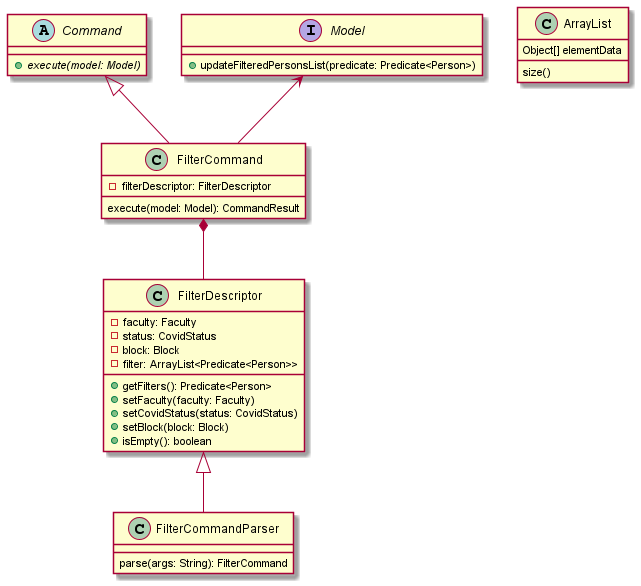
nus-cs2103-AY2122S2/tp keeps this PlantUML diagram as docs/images/FilterFeatureClassDiagram.png. Above is the earlier version.
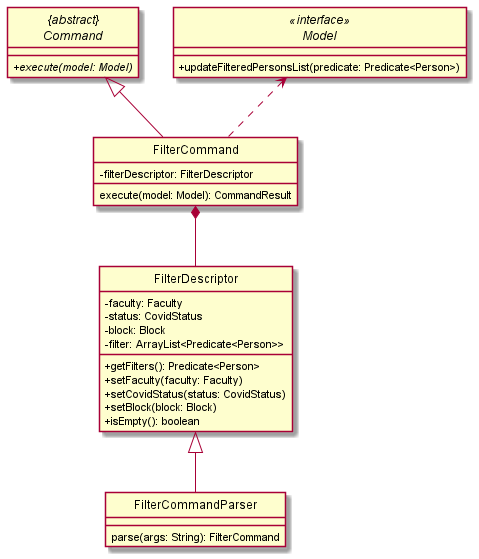
After the change.

Change to the diagram source:
```diff
@@ -1,9 +1,12 @@
 @startuml
+skinparam backgroundColor #ffffff
+skinparam classAttributeIconSize 0
+hide circle
 
-abstract class Command {
+abstract class "{abstract}\nCommand" {
 + execute(model: Model) {abstract}
 }
-interface Model {
+interface Model <<interface>> {
 + updateFilteredPersonsList(predicate: Predicate<Person>)
 }
 class FilterCommand {
@@ -25,18 +28,9 @@
 parse(args: String): FilterCommand
 }
 
-
-
-
-Command <|-- FilterCommand
+"{abstract}\nCommand" <|-- FilterCommand
 FilterDescriptor <|-- FilterCommandParser
 FilterCommand *-- FilterDescriptor
-Model <-- FilterCommand
-
-class ArrayList {
-Object[] elementData
-size()
-}
-
+Model <.- FilterCommand
 
 @enduml
```
